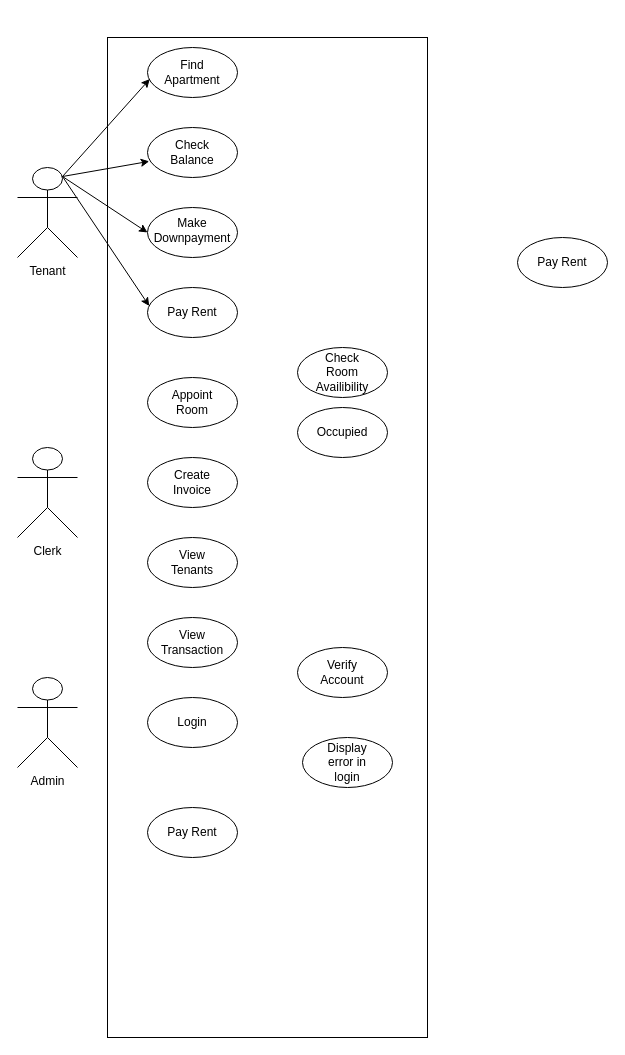
Above: USE CASE.drawio in Beskiit/DIAGRAMS (draw.io), before the change. Source tidied: cells renumbered, new cells numbered last; positions are measured from the earlier drawing's top-left corner, leaving out a move shared by most shapes. Both pictures are drawn from the tidied source at 100%, with x=0, y=0 at pixel (17, 37).
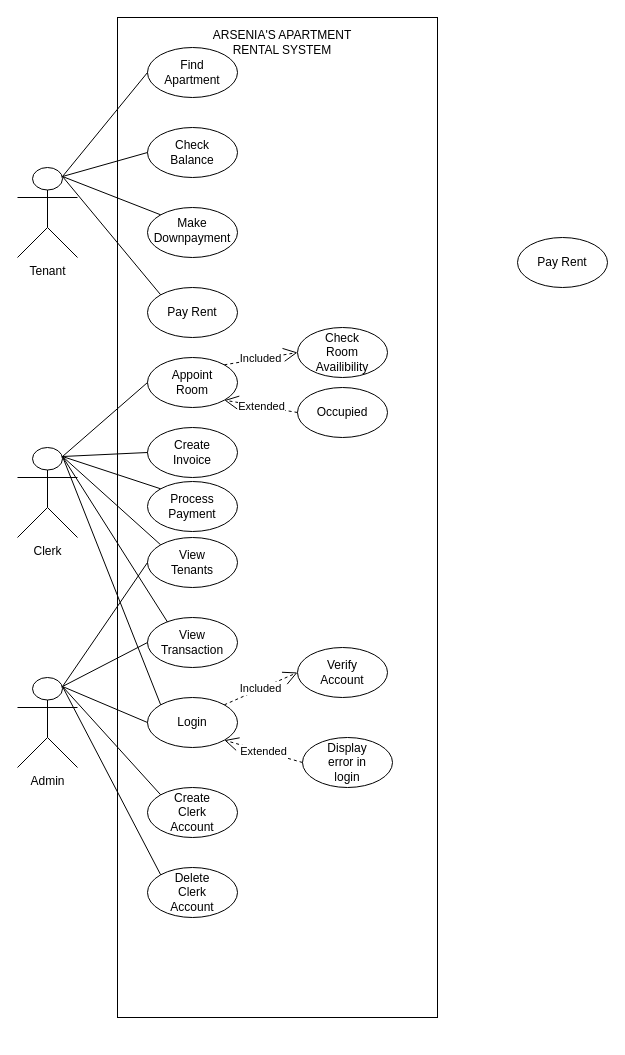
After the change.

The change refers to these unchanged cells:
```xml
<mxCell id="3" value="Tenant" style="shape=umlActor;verticalLabelPosition=bottom;verticalAlign=top;html=1;outlineConnect=0;" parent="1" vertex="1">
  <mxGeometry y="130" width="60" height="90" as="geometry" />
</mxCell>
<mxCell id="4" value="Clerk" style="shape=umlActor;verticalLabelPosition=bottom;verticalAlign=top;html=1;outlineConnect=0;" parent="1" vertex="1">
  <mxGeometry y="410" width="60" height="90" as="geometry" />
</mxCell>
<mxCell id="5" style="ellipse;whiteSpace=wrap;html=1;" parent="1" vertex="1">
  <mxGeometry x="130" y="10" width="90" height="50" as="geometry" />
</mxCell>
<mxCell id="6" style="ellipse;whiteSpace=wrap;html=1;" parent="1" vertex="1">
  <mxGeometry x="130" y="90" width="90" height="50" as="geometry" />
</mxCell>
<mxCell id="7" style="ellipse;whiteSpace=wrap;html=1;" parent="1" vertex="1">
  <mxGeometry x="130" y="170" width="90" height="50" as="geometry" />
</mxCell>
<mxCell id="8" style="ellipse;whiteSpace=wrap;html=1;" parent="1" vertex="1">
  <mxGeometry x="130" y="250" width="90" height="50" as="geometry" />
</mxCell>
<mxCell id="17" value="Admin" style="shape=umlActor;verticalLabelPosition=bottom;verticalAlign=top;html=1;outlineConnect=0;" parent="1" vertex="1">
  <mxGeometry y="640" width="60" height="90" as="geometry" />
</mxCell>
<mxCell id="20" style="ellipse;whiteSpace=wrap;html=1;" parent="1" vertex="1">
  <mxGeometry x="130" y="580" width="90" height="50" as="geometry" />
</mxCell>
<mxCell id="26" style="ellipse;whiteSpace=wrap;html=1;" parent="1" vertex="1">
  <mxGeometry x="130" y="500" width="90" height="50" as="geometry" />
</mxCell>
<mxCell id="28" style="ellipse;whiteSpace=wrap;html=1;" parent="1" vertex="1">
  <mxGeometry x="130" y="660" width="90" height="50" as="geometry" />
</mxCell>
<mxCell id="32" style="ellipse;whiteSpace=wrap;html=1;" parent="1" vertex="1">
  <mxGeometry x="280" y="610" width="90" height="50" as="geometry" />
</mxCell>
<mxCell id="34" style="ellipse;whiteSpace=wrap;html=1;" parent="1" vertex="1">
  <mxGeometry x="285" y="700" width="90" height="50" as="geometry" />
</mxCell>
```

Diff of the diagram source:
```diff
@@
     <mxCell id="2" style="rounded=0;whiteSpace=wrap;html=1;" parent="1" vertex="1">
-      <mxGeometry x="90" width="320" height="1000" as="geometry" />
+      <mxGeometry x="100" y="-20" width="320" height="1000" as="geometry" />
     </mxCell>
@@
-    <mxCell id="13" style="endArrow=classic;html=1;rounded=0;entryX=0.025;entryY=0.631;entryDx=0;entryDy=0;entryPerimeter=0;exitX=0.75;exitY=0.1;exitDx=0;exitDy=0;exitPerimeter=0;" parent="1" edge="1" source="3" target="5">
-      <mxGeometry relative="1" as="geometry" />
-    </mxCell>
-    <mxCell id="14" style="endArrow=classic;html=1;rounded=0;entryX=0.019;entryY=0.677;entryDx=0;entryDy=0;entryPerimeter=0;exitX=0.75;exitY=0.1;exitDx=0;exitDy=0;exitPerimeter=0;" parent="1" edge="1" source="3" target="6">
-      <mxGeometry relative="1" as="geometry" />
-    </mxCell>
-    <mxCell id="15" style="endArrow=classic;html=1;rounded=0;entryX=0;entryY=0.5;entryDx=0;entryDy=0;exitX=0.75;exitY=0.1;exitDx=0;exitDy=0;exitPerimeter=0;" parent="1" edge="1" source="3" target="7">
-      <mxGeometry relative="1" as="geometry" />
-    </mxCell>
-    <mxCell id="16" style="endArrow=classic;html=1;rounded=0;entryX=0.019;entryY=0.369;entryDx=0;entryDy=0;exitX=0.75;exitY=0.1;exitDx=0;exitDy=0;exitPerimeter=0;entryPerimeter=0;" parent="1" edge="1" source="3" target="8">
-      <mxGeometry relative="1" as="geometry" />
-    </mxCell>
@@
     <mxCell id="22" style="ellipse;whiteSpace=wrap;html=1;" parent="1" vertex="1">
-      <mxGeometry x="130" y="340" width="90" height="50" as="geometry" />
+      <mxGeometry x="130" y="320" width="90" height="50" as="geometry" />
     </mxCell>
     <mxCell id="23" value="Appoint Room" style="text;html=1;align=center;verticalAlign=middle;whiteSpace=wrap;rounded=0;" parent="1" vertex="1">
-      <mxGeometry x="145" y="350" width="60" height="30" as="geometry" />
+      <mxGeometry x="145" y="330" width="60" height="30" as="geometry" />
     </mxCell>
     <mxCell id="24" style="ellipse;whiteSpace=wrap;html=1;" parent="1" vertex="1">
-      <mxGeometry x="130" y="420" width="90" height="50" as="geometry" />
+      <mxGeometry x="130" y="390" width="90" height="50" as="geometry" />
     </mxCell>
     <mxCell id="25" value="Create Invoice" style="text;html=1;align=center;verticalAlign=middle;whiteSpace=wrap;rounded=0;" parent="1" vertex="1">
-      <mxGeometry x="145" y="430" width="60" height="30" as="geometry" />
+      <mxGeometry x="145" y="400" width="60" height="30" as="geometry" />
     </mxCell>
@@
     <mxCell id="30" style="ellipse;whiteSpace=wrap;html=1;" parent="1" vertex="1">
-      <mxGeometry x="280" y="310" width="90" height="50" as="geometry" />
+      <mxGeometry x="280" y="290" width="90" height="50" as="geometry" />
     </mxCell>
     <mxCell id="31" value="Check Room Availibility" style="text;html=1;align=center;verticalAlign=middle;whiteSpace=wrap;rounded=0;" parent="1" vertex="1">
-      <mxGeometry x="295" y="320" width="60" height="30" as="geometry" />
+      <mxGeometry x="295" y="300" width="60" height="30" as="geometry" />
     </mxCell>
@@
     <mxCell id="36" style="ellipse;whiteSpace=wrap;html=1;" parent="1" vertex="1">
-      <mxGeometry x="280" y="370" width="90" height="50" as="geometry" />
+      <mxGeometry x="280" y="350" width="90" height="50" as="geometry" />
     </mxCell>
     <mxCell id="37" value="Occupied" style="text;html=1;align=center;verticalAlign=middle;whiteSpace=wrap;rounded=0;" parent="1" vertex="1">
-      <mxGeometry x="295" y="380" width="60" height="30" as="geometry" />
+      <mxGeometry x="295" y="360" width="60" height="30" as="geometry" />
     </mxCell>
-    <mxCell id="38" style="ellipse;whiteSpace=wrap;html=1;" parent="1" vertex="1">
-      <mxGeometry x="130" y="770" width="90" height="50" as="geometry" />
-    </mxCell>
-    <mxCell id="39" value="Pay Rent" style="text;html=1;align=center;verticalAlign=middle;whiteSpace=wrap;rounded=0;" parent="1" vertex="1">
-      <mxGeometry x="145" y="780" width="60" height="30" as="geometry" />
-    </mxCell>
+    <mxCell id="40" style="ellipse;whiteSpace=wrap;html=1;" parent="1" vertex="1">
+      <mxGeometry x="130" y="750" width="90" height="50" as="geometry" />
+    </mxCell>
+    <mxCell id="41" value="Create Clerk Account" style="text;html=1;align=center;verticalAlign=middle;whiteSpace=wrap;rounded=0;" parent="1" vertex="1">
+      <mxGeometry x="145" y="760" width="60" height="30" as="geometry" />
+    </mxCell>
+    <mxCell id="42" style="ellipse;whiteSpace=wrap;html=1;" parent="1" vertex="1">
+      <mxGeometry x="130" y="830" width="90" height="50" as="geometry" />
+    </mxCell>
+    <mxCell id="43" value="Delete Clerk Account" style="text;html=1;align=center;verticalAlign=middle;whiteSpace=wrap;rounded=0;" parent="1" vertex="1">
+      <mxGeometry x="145" y="840" width="60" height="30" as="geometry" />
+    </mxCell>
+    <mxCell id="44" value="Included" style="endArrow=open;endSize=12;dashed=1;html=1;rounded=0;entryX=0;entryY=0.5;entryDx=0;entryDy=0;exitX=1;exitY=0;exitDx=0;exitDy=0;" parent="1" edge="1" source="22" target="30">
+      <mxGeometry relative="1" as="geometry" />
+    </mxCell>
+    <mxCell id="45" value="Extended" style="endArrow=open;endSize=12;dashed=1;html=1;rounded=0;entryX=1;entryY=1;entryDx=0;entryDy=0;exitX=0;exitY=0.5;exitDx=0;exitDy=0;" parent="1" edge="1" source="36" target="22">
+      <mxGeometry relative="1" as="geometry" />
+    </mxCell>
+    <mxCell id="46" value="Included" style="endArrow=open;endSize=12;dashed=1;html=1;rounded=0;entryX=0;entryY=0.5;entryDx=0;entryDy=0;exitX=1;exitY=0;exitDx=0;exitDy=0;" parent="1" edge="1" source="28" target="32">
+      <mxGeometry relative="1" as="geometry" />
+    </mxCell>
+    <mxCell id="47" value="Extended" style="endArrow=open;endSize=12;dashed=1;html=1;rounded=0;entryX=1;entryY=1;entryDx=0;entryDy=0;exitX=0;exitY=0.5;exitDx=0;exitDy=0;" parent="1" edge="1" source="34" target="28">
+      <mxGeometry relative="1" as="geometry" />
+    </mxCell>
+    <mxCell id="48" value="ARSENIA'S APARTMENT RENTAL SYSTEM" style="text;html=1;align=center;verticalAlign=middle;whiteSpace=wrap;rounded=0;" parent="1" vertex="1">
+      <mxGeometry x="170" y="-10" width="190" height="30" as="geometry" />
+    </mxCell>
+    <mxCell id="13" style="endArrow=none;html=1;rounded=0;exitX=0.75;exitY=0.1;exitDx=0;exitDy=0;exitPerimeter=0;entryX=0;entryY=0.5;entryDx=0;entryDy=0;" parent="1" edge="1" source="3" target="5">
+      <mxGeometry relative="1" as="geometry" />
+    </mxCell>
+    <mxCell id="14" style="endArrow=none;html=1;rounded=0;exitX=0.75;exitY=0.1;exitDx=0;exitDy=0;exitPerimeter=0;entryX=0;entryY=0.5;entryDx=0;entryDy=0;" parent="1" edge="1" source="3" target="6">
+      <mxGeometry relative="1" as="geometry" />
+    </mxCell>
+    <mxCell id="15" style="endArrow=none;html=1;rounded=0;exitX=0.75;exitY=0.1;exitDx=0;exitDy=0;exitPerimeter=0;entryX=0;entryY=0;entryDx=0;entryDy=0;" parent="1" edge="1" source="3" target="7">
+      <mxGeometry relative="1" as="geometry" />
+    </mxCell>
+    <mxCell id="16" style="endArrow=none;html=1;rounded=0;exitX=0.75;exitY=0.1;exitDx=0;exitDy=0;exitPerimeter=0;entryX=0;entryY=0;entryDx=0;entryDy=0;" parent="1" edge="1" source="3" target="8">
+      <mxGeometry relative="1" as="geometry" />
+    </mxCell>
+    <mxCell id="49" style="endArrow=none;html=1;rounded=0;exitX=0.75;exitY=0.1;exitDx=0;exitDy=0;exitPerimeter=0;entryX=0;entryY=0.5;entryDx=0;entryDy=0;" parent="1" edge="1" source="4" target="22">
+      <mxGeometry relative="1" as="geometry" />
+    </mxCell>
+    <mxCell id="50" style="endArrow=none;html=1;rounded=0;exitX=0.75;exitY=0.1;exitDx=0;exitDy=0;exitPerimeter=0;entryX=0;entryY=0.5;entryDx=0;entryDy=0;" parent="1" edge="1" source="4" target="24">
+      <mxGeometry relative="1" as="geometry" />
+    </mxCell>
+    <mxCell id="51" style="endArrow=none;html=1;rounded=0;exitX=0.75;exitY=0.1;exitDx=0;exitDy=0;exitPerimeter=0;entryX=0;entryY=0;entryDx=0;entryDy=0;" parent="1" edge="1" source="4" target="26">
+      <mxGeometry relative="1" as="geometry" />
+    </mxCell>
+    <mxCell id="52" style="endArrow=none;html=1;rounded=0;exitX=0.75;exitY=0.1;exitDx=0;exitDy=0;exitPerimeter=0;entryX=0.224;entryY=0.095;entryDx=0;entryDy=0;entryPerimeter=0;" parent="1" edge="1" source="4" target="20">
+      <mxGeometry relative="1" as="geometry" />
+    </mxCell>
+    <mxCell id="53" style="endArrow=none;html=1;rounded=0;exitX=0.75;exitY=0.1;exitDx=0;exitDy=0;exitPerimeter=0;entryX=0;entryY=0;entryDx=0;entryDy=0;" parent="1" edge="1" source="4" target="28">
+      <mxGeometry relative="1" as="geometry" />
+    </mxCell>
+    <mxCell id="54" style="endArrow=none;html=1;rounded=0;exitX=0.75;exitY=0.1;exitDx=0;exitDy=0;exitPerimeter=0;entryX=0;entryY=0.5;entryDx=0;entryDy=0;" parent="1" edge="1" source="17" target="26">
+      <mxGeometry relative="1" as="geometry" />
+    </mxCell>
+    <mxCell id="55" style="endArrow=none;html=1;rounded=0;exitX=0.75;exitY=0.1;exitDx=0;exitDy=0;exitPerimeter=0;entryX=0;entryY=0.5;entryDx=0;entryDy=0;" parent="1" edge="1" source="17" target="20">
+      <mxGeometry relative="1" as="geometry" />
+    </mxCell>
+    <mxCell id="56" style="endArrow=none;html=1;rounded=0;exitX=0.75;exitY=0.1;exitDx=0;exitDy=0;exitPerimeter=0;entryX=0;entryY=0.5;entryDx=0;entryDy=0;" parent="1" edge="1" source="17" target="28">
+      <mxGeometry relative="1" as="geometry" />
+    </mxCell>
+    <mxCell id="57" style="endArrow=none;html=1;rounded=0;exitX=0.75;exitY=0.1;exitDx=0;exitDy=0;exitPerimeter=0;entryX=0;entryY=0;entryDx=0;entryDy=0;" parent="1" edge="1" source="17" target="40">
+      <mxGeometry relative="1" as="geometry" />
+    </mxCell>
+    <mxCell id="58" style="endArrow=none;html=1;rounded=0;exitX=0.75;exitY=0.1;exitDx=0;exitDy=0;exitPerimeter=0;entryX=0;entryY=0;entryDx=0;entryDy=0;" parent="1" edge="1" source="17" target="42">
+      <mxGeometry relative="1" as="geometry" />
+    </mxCell>
+    <mxCell id="59" style="ellipse;whiteSpace=wrap;html=1;" parent="1" vertex="1">
+      <mxGeometry x="130" y="444" width="90" height="50" as="geometry" />
+    </mxCell>
+    <mxCell id="60" value="Process Payment" style="text;html=1;align=center;verticalAlign=middle;whiteSpace=wrap;rounded=0;" parent="1" vertex="1">
+      <mxGeometry x="145" y="454" width="60" height="30" as="geometry" />
+    </mxCell>
+    <mxCell id="61" style="endArrow=none;html=1;rounded=0;exitX=0.75;exitY=0.1;exitDx=0;exitDy=0;exitPerimeter=0;entryX=0;entryY=0;entryDx=0;entryDy=0;" parent="1" edge="1" source="4" target="59">
+      <mxGeometry relative="1" as="geometry" />
+    </mxCell>
```
